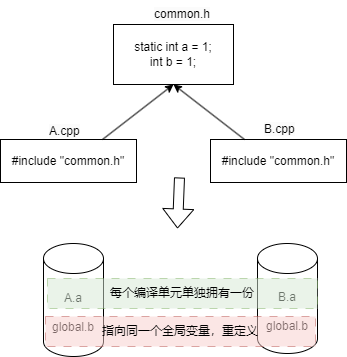
Above: CS/语言/C(++)/static.drawio.png in sirius-zyj/Images (draw.io), before the change. Source tidied: cells renumbered, new cells last; positions are measured from the earlier drawing's top-left corner, leaving out a move shared by most shapes.
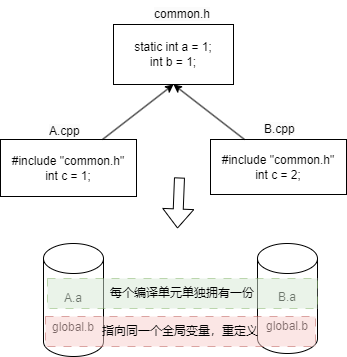
The same diagram one commit later.

The edit, as a diff of the source:
```diff
@@ -2,8 +2,8 @@
   <root>
     <mxCell id="0" />
     <mxCell id="1" parent="0" />
-    <mxCell id="2" value="#include &quot;common.h&quot;" style="rounded=0;whiteSpace=wrap;html=1;" parent="1" vertex="1">
-      <mxGeometry y="139" width="136" height="43" as="geometry" />
+    <mxCell id="2" value="#include &quot;common.h&quot;&lt;div&gt;int c = 1;&lt;/div&gt;" style="rounded=0;whiteSpace=wrap;html=1;" parent="1" vertex="1">
+      <mxGeometry y="139" width="136" height="57" as="geometry" />
     </mxCell>
     <mxCell id="3" value="static int a = 1;&lt;div&gt;int b = 1;&lt;/div&gt;" style="rounded=0;whiteSpace=wrap;html=1;" parent="1" vertex="1">
       <mxGeometry x="113" y="24" width="120" height="60" as="geometry" />
@@ -17,8 +17,8 @@
     <mxCell id="6" value="&lt;span style=&quot;color: rgb(0, 0, 0); font-family: Helvetica; font-size: 12px; font-style: normal; font-variant-ligatures: normal; font-variant-caps: normal; font-weight: 400; letter-spacing: normal; orphans: 2; text-align: center; text-indent: 0px; text-transform: none; widows: 2; word-spacing: 0px; -webkit-text-stroke-width: 0px; white-space: normal; background-color: rgb(251, 251, 251); text-decoration-thickness: initial; text-decoration-style: initial; text-decoration-color: initial; display: inline !important; float: none;&quot;&gt;B.cpp&lt;/span&gt;" style="text;whiteSpace=wrap;html=1;" parent="1" vertex="1">
       <mxGeometry x="262" y="115" width="59" height="36" as="geometry" />
     </mxCell>
-    <mxCell id="7" value="#include &quot;common.h&quot;" style="rounded=0;whiteSpace=wrap;html=1;" parent="1" vertex="1">
-      <mxGeometry x="210" y="139" width="136" height="43" as="geometry" />
+    <mxCell id="7" value="#include &quot;common.h&quot;&lt;div&gt;int c = 2;&lt;/div&gt;" style="rounded=0;whiteSpace=wrap;html=1;" parent="1" vertex="1">
+      <mxGeometry x="210" y="139" width="136" height="55" as="geometry" />
     </mxCell>
     <mxCell id="8" style="endArrow=classic;html=1;rounded=0;exitX=0.75;exitY=0;exitDx=0;exitDy=0;entryX=0.5;entryY=1;entryDx=0;entryDy=0;" parent="1" edge="1" source="2" target="3">
       <mxGeometry relative="1" as="geometry" />
```
